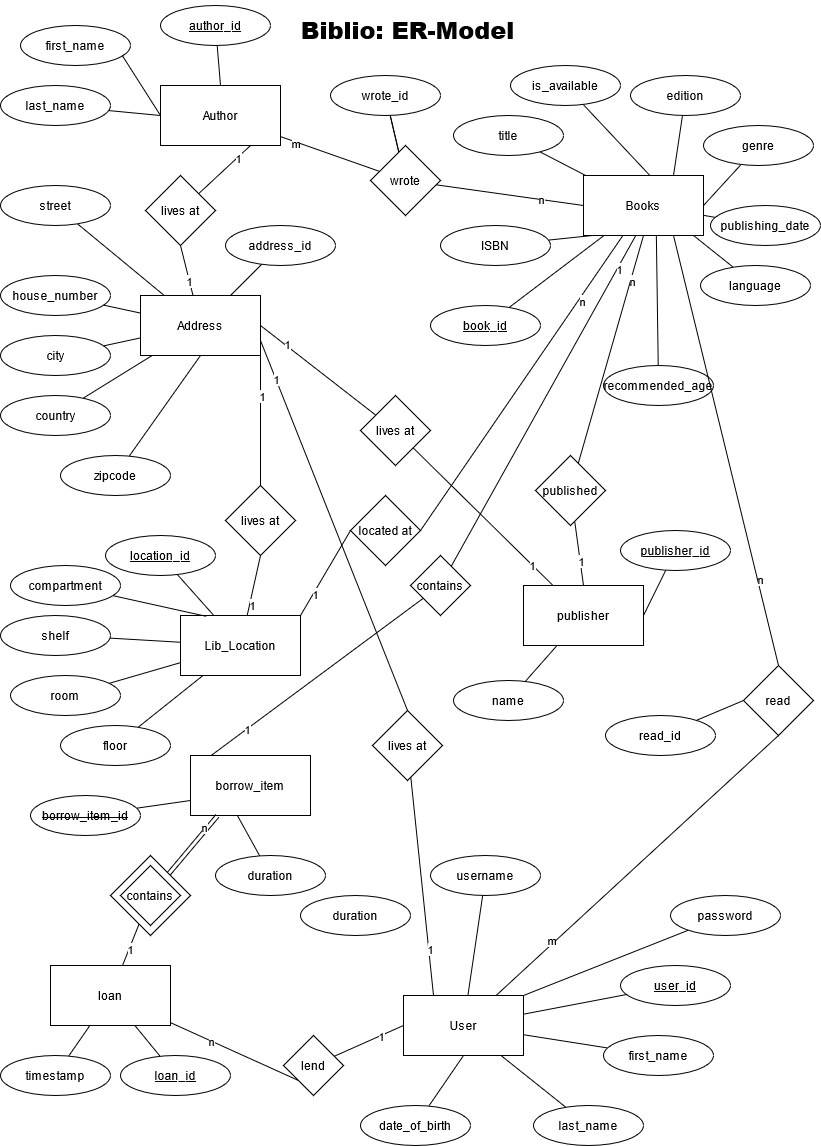
This is doc/DB/diagrams-ER-Model.png from BennerLukas/Biblio, a draw.io export, as it was before one commit. Source tidied: cells renumbered, new cells last; positions are measured from the earlier drawing's top-left corner, leaving out a move shared by most shapes.
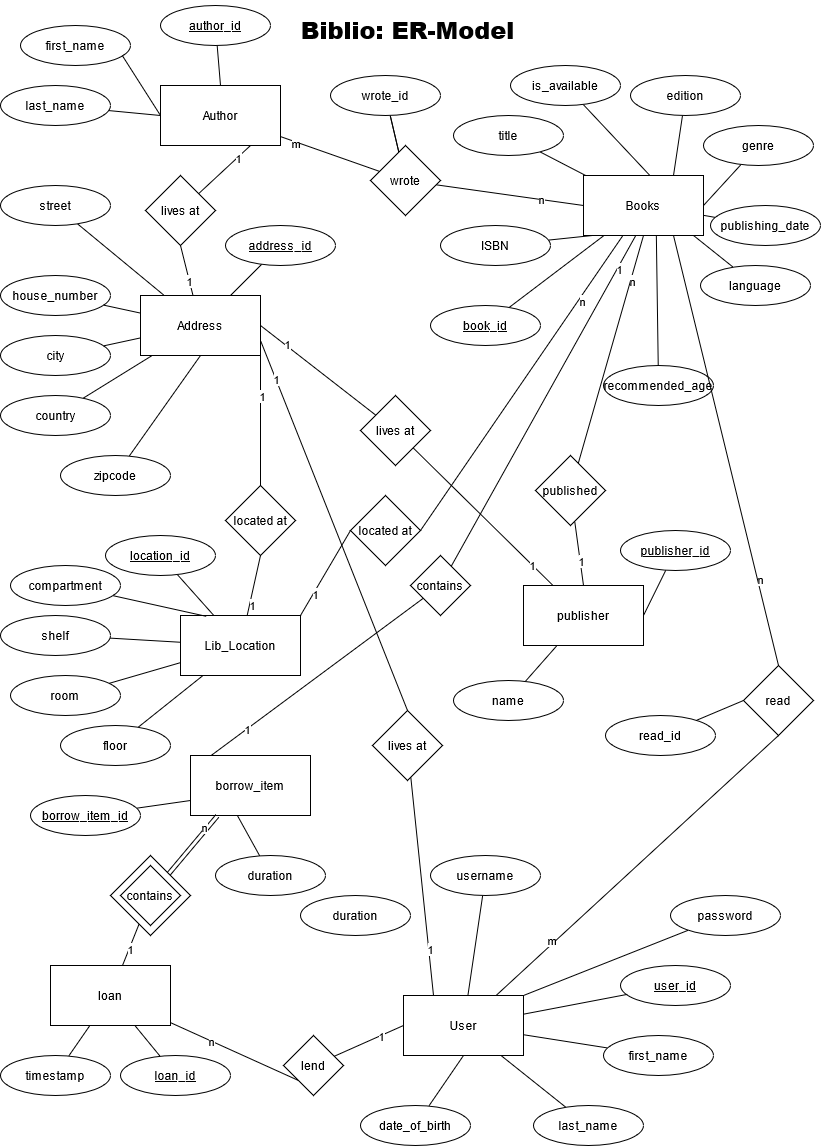
Above is the later version.

The edit, as a diff of the source:
```diff
@@ -185,7 +185,7 @@
     <mxCell id="62" style="edgeStyle=none;rounded=0;jettySize=auto;html=1;entryX=0;entryY=0.75;entryDx=0;entryDy=0;endArrow=none;endFill=0;" parent="1" edge="1" source="63" target="30">
       <mxGeometry relative="1" as="geometry" />
     </mxCell>
-    <mxCell id="63" value="&lt;strike&gt;borrow_item_id&lt;/strike&gt;" style="ellipse;whiteSpace=wrap;html=1;" parent="1" vertex="1">
+    <mxCell id="63" value="&lt;u&gt;borrow_item_id&lt;/u&gt;" style="ellipse;whiteSpace=wrap;html=1;" parent="1" vertex="1">
       <mxGeometry x="30" y="790" width="110" height="40" as="geometry" />
     </mxCell>
     <mxCell id="64" style="edgeStyle=none;rounded=0;jettySize=auto;html=1;entryX=0.389;entryY=0.994;entryDx=0;entryDy=0;entryPerimeter=0;endArrow=none;endFill=0;" parent="1" edge="1" source="65" target="30">
@@ -348,7 +348,7 @@
     <mxCell id="115" style="edgeStyle=none;rounded=0;jettySize=auto;html=1;endArrow=none;endFill=0;" parent="1" edge="1" source="116" target="106">
       <mxGeometry relative="1" as="geometry" />
     </mxCell>
-    <mxCell id="116" value="address_id" style="ellipse;whiteSpace=wrap;html=1;" parent="1" vertex="1">
+    <mxCell id="116" value="&lt;u&gt;address_id&lt;/u&gt;" style="ellipse;whiteSpace=wrap;html=1;" parent="1" vertex="1">
       <mxGeometry x="225" y="220" width="110" height="40" as="geometry" />
     </mxCell>
     <mxCell id="117" style="edgeStyle=none;rounded=0;jettySize=auto;html=1;entryX=0.75;entryY=1;entryDx=0;entryDy=0;endArrow=none;endFill=0;" parent="1" edge="1" source="119" target="33">
@@ -384,7 +384,7 @@
     <mxCell id="127" value="1" style="edgeLabel;html=1;align=center;verticalAlign=middle;" parent="126" vertex="1">
       <mxGeometry x="0.25" y="-1" relative="1" as="geometry" />
     </mxCell>
-    <mxCell id="128" value="lives at" style="rhombus;whiteSpace=wrap;html=1;" parent="1" vertex="1">
+    <mxCell id="128" value="located at" style="rhombus;whiteSpace=wrap;html=1;" parent="1" vertex="1">
       <mxGeometry x="225" y="480" width="70" height="70" as="geometry" />
     </mxCell>
     <mxCell id="129" style="edgeStyle=none;rounded=0;jettySize=auto;html=1;entryX=0.25;entryY=0;entryDx=0;entryDy=0;endArrow=none;endFill=0;" parent="1" edge="1" source="133" target="17">
```
